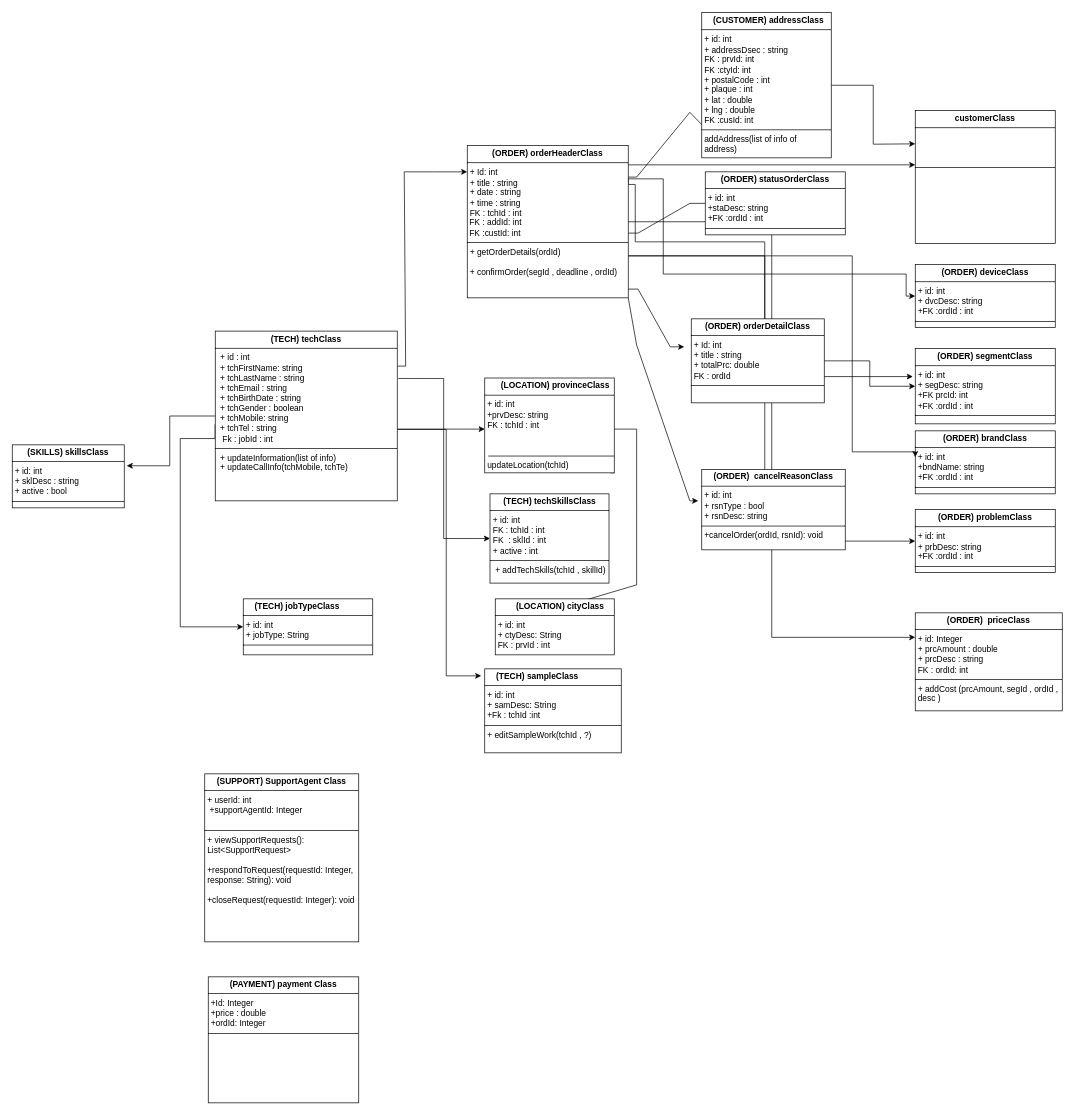
Earlier version of the draw.io diagram tech.drawio (reyhanehSP/pwaTech). Source tidied: cells renumbered, new cells numbered last; positions are measured from the earlier drawing's top-left corner, leaving out a move shared by most shapes. Both pictures are drawn from the tidied source at 70%, with x=0, y=0 at pixel (12, 12).
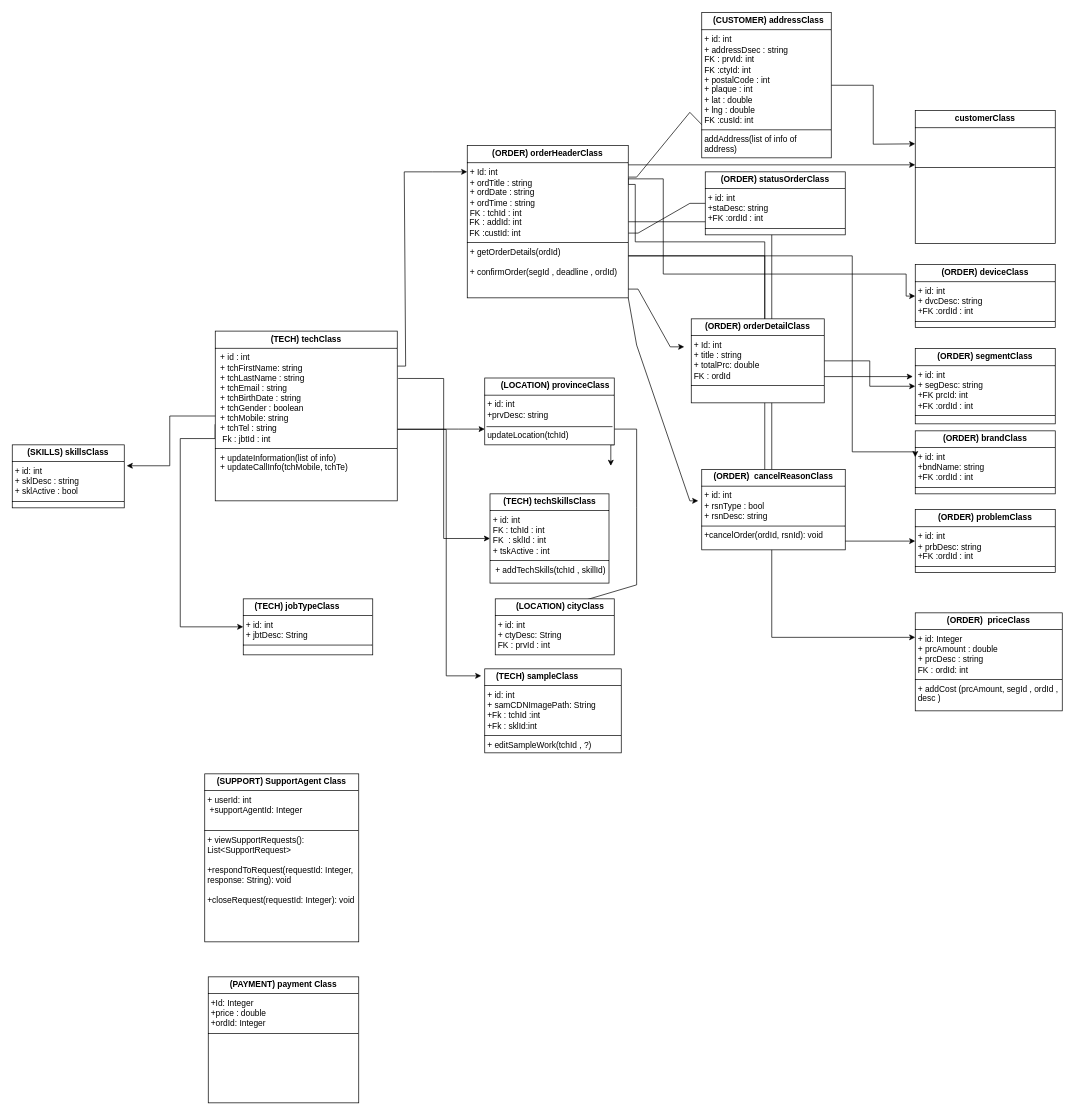
Above is the later version.

Change to the diagram source:
```diff
@@
-    <mxCell id="7" value="&lt;p style=&quot;margin:0px;margin-top:4px;text-align:center;&quot;&gt;&lt;b&gt;(TECH) techClass&lt;/b&gt;&lt;/p&gt;&lt;hr size=&quot;1&quot; style=&quot;border-style:solid;&quot;&gt;&lt;p style=&quot;margin:0px;margin-left:4px;&quot;&gt;&amp;nbsp;+ id : int&lt;br&gt;&amp;nbsp;+ tchFirstName: string&lt;/p&gt;&lt;p style=&quot;margin:0px;margin-left:4px;&quot;&gt;&amp;nbsp;+&amp;nbsp;&lt;span style=&quot;background-color: initial;&quot;&gt;tchL&lt;/span&gt;&lt;span style=&quot;background-color: initial;&quot;&gt;astName : string&lt;/span&gt;&lt;/p&gt;&lt;p style=&quot;margin:0px;margin-left:4px;&quot;&gt;&amp;nbsp;+&amp;nbsp;&lt;span style=&quot;background-color: initial;&quot;&gt;tchE&lt;/span&gt;&lt;span style=&quot;background-color: initial;&quot;&gt;mail : string&lt;/span&gt;&lt;/p&gt;&lt;p style=&quot;margin:0px;margin-left:4px;&quot;&gt;&amp;nbsp;+ tchBirthDate : string&lt;/p&gt;&lt;p style=&quot;margin:0px;margin-left:4px;&quot;&gt;&amp;nbsp;+ tchGender : boolean&lt;/p&gt;&lt;p style=&quot;margin:0px;margin-left:4px;&quot;&gt;&lt;span style=&quot;background-color: initial;&quot;&gt;&amp;nbsp;+ tchMobile: string&lt;/span&gt;&lt;/p&gt;&lt;p style=&quot;margin:0px;margin-left:4px;&quot;&gt;&amp;nbsp;+ tchTel : string&lt;/p&gt;&lt;p style=&quot;margin:0px;margin-left:4px;&quot;&gt;&amp;nbsp; Fk : jobId : int&lt;/p&gt;&lt;hr size=&quot;1&quot; style=&quot;border-style:solid;&quot;&gt;&lt;p style=&quot;margin:0px;margin-left:4px;&quot;&gt;&amp;nbsp;+ updateInformation(list of info)&lt;/p&gt;&lt;p style=&quot;margin:0px;margin-left:4px;&quot;&gt;&amp;nbsp;+ updateCallInfo(tchMobile, tchTe)&lt;br&gt;&amp;nbsp;&lt;br&gt;&amp;nbsp;&lt;br&gt;&amp;nbsp;&lt;br&gt;&lt;/p&gt;" style="verticalAlign=top;align=left;overflow=fill;html=1;whiteSpace=wrap;" parent="1" vertex="1">
+    <mxCell id="7" value="&lt;p style=&quot;margin:0px;margin-top:4px;text-align:center;&quot;&gt;&lt;b&gt;(TECH) techClass&lt;/b&gt;&lt;/p&gt;&lt;hr size=&quot;1&quot; style=&quot;border-style:solid;&quot;&gt;&lt;p style=&quot;margin:0px;margin-left:4px;&quot;&gt;&amp;nbsp;+ id : int&lt;br&gt;&amp;nbsp;+ tchFirstName: string&lt;/p&gt;&lt;p style=&quot;margin:0px;margin-left:4px;&quot;&gt;&amp;nbsp;+&amp;nbsp;&lt;span style=&quot;background-color: initial;&quot;&gt;tchL&lt;/span&gt;&lt;span style=&quot;background-color: initial;&quot;&gt;astName : string&lt;/span&gt;&lt;/p&gt;&lt;p style=&quot;margin:0px;margin-left:4px;&quot;&gt;&amp;nbsp;+&amp;nbsp;&lt;span style=&quot;background-color: initial;&quot;&gt;tchE&lt;/span&gt;&lt;span style=&quot;background-color: initial;&quot;&gt;mail : string&lt;/span&gt;&lt;/p&gt;&lt;p style=&quot;margin:0px;margin-left:4px;&quot;&gt;&amp;nbsp;+ tchBirthDate : string&lt;/p&gt;&lt;p style=&quot;margin:0px;margin-left:4px;&quot;&gt;&amp;nbsp;+ tchGender : boolean&lt;/p&gt;&lt;p style=&quot;margin:0px;margin-left:4px;&quot;&gt;&lt;span style=&quot;background-color: initial;&quot;&gt;&amp;nbsp;+ tchMobile: string&lt;/span&gt;&lt;/p&gt;&lt;p style=&quot;margin:0px;margin-left:4px;&quot;&gt;&amp;nbsp;+ tchTel : string&lt;/p&gt;&lt;p style=&quot;margin:0px;margin-left:4px;&quot;&gt;&amp;nbsp; Fk : jbtId : int&lt;/p&gt;&lt;hr size=&quot;1&quot; style=&quot;border-style:solid;&quot;&gt;&lt;p style=&quot;margin:0px;margin-left:4px;&quot;&gt;&amp;nbsp;+ updateInformation(list of info)&lt;/p&gt;&lt;p style=&quot;margin:0px;margin-left:4px;&quot;&gt;&amp;nbsp;+ updateCallInfo(tchMobile, tchTe)&lt;br&gt;&amp;nbsp;&lt;br&gt;&amp;nbsp;&lt;br&gt;&amp;nbsp;&lt;br&gt;&lt;/p&gt;" style="verticalAlign=top;align=left;overflow=fill;html=1;whiteSpace=wrap;" parent="1" vertex="1">
       <mxGeometry x="290" y="455.5" width="260" height="242.5" as="geometry" />
     </mxCell>
-    <mxCell id="8" value="&lt;p style=&quot;margin:0px;margin-top:4px;text-align:center;&quot;&gt;&lt;b style=&quot;background-color: initial;&quot;&gt;(&lt;/b&gt;&lt;b&gt;TECH&lt;/b&gt;&lt;b style=&quot;background-color: initial;&quot;&gt;) tech&lt;/b&gt;&lt;b&gt;&lt;span style=&quot;background-color: initial; text-align: left;&quot;&gt;SkillsC&lt;/span&gt;lass&lt;/b&gt;&lt;/p&gt;&lt;hr size=&quot;1&quot; style=&quot;border-style:solid;&quot;&gt;&lt;p style=&quot;margin:0px;margin-left:4px;&quot;&gt;+ id: int&lt;/p&gt;&lt;p style=&quot;margin:0px;margin-left:4px;&quot;&gt;FK : tchId : int&lt;/p&gt;&lt;p style=&quot;margin:0px;margin-left:4px;&quot;&gt;FK&amp;nbsp; : sklId : int&lt;/p&gt;&lt;p style=&quot;margin:0px;margin-left:4px;&quot;&gt;+ active : int&lt;/p&gt;&lt;hr size=&quot;1&quot; style=&quot;border-style:solid;&quot;&gt;&lt;p style=&quot;margin:0px;margin-left:4px;&quot;&gt;&amp;nbsp;+ addTech&lt;span style=&quot;background-color: initial;&quot;&gt;Skills(tchId , skillId)&lt;/span&gt;&lt;/p&gt;" style="verticalAlign=top;align=left;overflow=fill;html=1;whiteSpace=wrap;" parent="1" vertex="1">
+    <mxCell id="8" value="&lt;p style=&quot;margin:0px;margin-top:4px;text-align:center;&quot;&gt;&lt;b style=&quot;background-color: initial;&quot;&gt;(&lt;/b&gt;&lt;b&gt;TECH&lt;/b&gt;&lt;b style=&quot;background-color: initial;&quot;&gt;) tech&lt;/b&gt;&lt;b&gt;&lt;span style=&quot;background-color: initial; text-align: left;&quot;&gt;SkillsC&lt;/span&gt;lass&lt;/b&gt;&lt;/p&gt;&lt;hr size=&quot;1&quot; style=&quot;border-style:solid;&quot;&gt;&lt;p style=&quot;margin:0px;margin-left:4px;&quot;&gt;+ id: int&lt;/p&gt;&lt;p style=&quot;margin:0px;margin-left:4px;&quot;&gt;FK : tchId : int&lt;/p&gt;&lt;p style=&quot;margin:0px;margin-left:4px;&quot;&gt;FK&amp;nbsp; : sklId : int&lt;/p&gt;&lt;p style=&quot;margin:0px;margin-left:4px;&quot;&gt;+ tskActive : int&lt;/p&gt;&lt;hr size=&quot;1&quot; style=&quot;border-style:solid;&quot;&gt;&lt;p style=&quot;margin:0px;margin-left:4px;&quot;&gt;&amp;nbsp;+ addTech&lt;span style=&quot;background-color: initial;&quot;&gt;Skills(tchId , skillId)&lt;/span&gt;&lt;/p&gt;" style="verticalAlign=top;align=left;overflow=fill;html=1;whiteSpace=wrap;" parent="1" vertex="1">
       <mxGeometry x="682.5" y="688" width="170" height="127.5" as="geometry" />
     </mxCell>
@@
-    <mxCell id="14" value="&lt;p style=&quot;margin:0px;margin-top:4px;text-align:center;&quot;&gt;&lt;b&gt;(ORDER)&amp;nbsp;&lt;/b&gt;&lt;b style=&quot;background-color: initial;&quot;&gt;orderHeaderClass&lt;/b&gt;&lt;/p&gt;&lt;hr size=&quot;1&quot; style=&quot;border-style:solid;&quot;&gt;&lt;p style=&quot;margin:0px;margin-left:4px;&quot;&gt;+ Id: int&lt;/p&gt;&lt;p style=&quot;margin:0px;margin-left:4px;&quot;&gt;+ title : string&lt;/p&gt;&lt;p style=&quot;margin:0px;margin-left:4px;&quot;&gt;+ date : string&lt;br&gt;+ time : string&lt;br&gt;&lt;/p&gt;&lt;p style=&quot;margin:0px;margin-left:4px;&quot;&gt;&lt;span style=&quot;background-color: initial;&quot;&gt;FK : tchId : int&lt;/span&gt;&lt;/p&gt;&amp;nbsp;FK : addId: int&lt;div&gt;&amp;nbsp;FK :custId: int&lt;br&gt;&lt;hr size=&quot;1&quot; style=&quot;border-style:solid;&quot;&gt;&lt;p style=&quot;margin:0px;margin-left:4px;&quot;&gt;+ getOrderDetails(ordId)&lt;/p&gt;&lt;p style=&quot;margin:0px;margin-left:4px;&quot;&gt;&lt;br&gt;+ confirmOrder(segId , deadline , ordId)&lt;/p&gt;&lt;p style=&quot;margin:0px;margin-left:4px;&quot;&gt;&lt;br&gt;&lt;/p&gt;&lt;p style=&quot;margin:0px;margin-left:4px;&quot;&gt;&lt;br&gt;&lt;/p&gt;&lt;p style=&quot;margin:0px;margin-left:4px;&quot;&gt;&amp;nbsp;&lt;/p&gt;&lt;p style=&quot;margin:0px;margin-left:4px;&quot;&gt;&lt;br&gt;&lt;br&gt;&lt;/p&gt;&lt;/div&gt;" style="verticalAlign=top;align=left;overflow=fill;html=1;whiteSpace=wrap;" parent="1" vertex="1">
+    <mxCell id="14" value="&lt;p style=&quot;margin:0px;margin-top:4px;text-align:center;&quot;&gt;&lt;b&gt;(ORDER)&amp;nbsp;&lt;/b&gt;&lt;b style=&quot;background-color: initial;&quot;&gt;orderHeaderClass&lt;/b&gt;&lt;/p&gt;&lt;hr size=&quot;1&quot; style=&quot;border-style:solid;&quot;&gt;&lt;p style=&quot;margin:0px;margin-left:4px;&quot;&gt;+ Id: int&lt;/p&gt;&lt;p style=&quot;margin:0px;margin-left:4px;&quot;&gt;+ ordTitle : string&lt;/p&gt;&lt;p style=&quot;margin:0px;margin-left:4px;&quot;&gt;+ ordDate : string&lt;br&gt;+ ordTime : string&lt;br&gt;&lt;/p&gt;&lt;p style=&quot;margin:0px;margin-left:4px;&quot;&gt;&lt;span style=&quot;background-color: initial;&quot;&gt;FK : tchId : int&lt;/span&gt;&lt;/p&gt;&amp;nbsp;FK : addId: int&lt;div&gt;&amp;nbsp;FK :custId: int&lt;br&gt;&lt;hr size=&quot;1&quot; style=&quot;border-style:solid;&quot;&gt;&lt;p style=&quot;margin:0px;margin-left:4px;&quot;&gt;+ getOrderDetails(ordId)&lt;/p&gt;&lt;p style=&quot;margin:0px;margin-left:4px;&quot;&gt;&lt;br&gt;+ confirmOrder(segId , deadline , ordId)&lt;/p&gt;&lt;p style=&quot;margin:0px;margin-left:4px;&quot;&gt;&lt;br&gt;&lt;/p&gt;&lt;p style=&quot;margin:0px;margin-left:4px;&quot;&gt;&lt;br&gt;&lt;/p&gt;&lt;p style=&quot;margin:0px;margin-left:4px;&quot;&gt;&amp;nbsp;&lt;/p&gt;&lt;p style=&quot;margin:0px;margin-left:4px;&quot;&gt;&lt;br&gt;&lt;br&gt;&lt;/p&gt;&lt;/div&gt;" style="verticalAlign=top;align=left;overflow=fill;html=1;whiteSpace=wrap;" parent="1" vertex="1">
       <mxGeometry x="650" y="190.5" width="230" height="217.5" as="geometry" />
     </mxCell>
@@
-    <mxCell id="23" value="&lt;p style=&quot;text-align: left; margin: 4px 0px 0px;&quot;&gt;&lt;b style=&quot;background-color: initial;&quot;&gt;&amp;nbsp; &amp;nbsp; &amp;nbsp; &amp;nbsp;(&lt;/b&gt;&lt;b style=&quot;background-color: initial;&quot;&gt;LOCATION&lt;/b&gt;&lt;b style=&quot;background-color: initial;&quot;&gt;) p&lt;/b&gt;&lt;span style=&quot;background-color: initial;&quot;&gt;&lt;b&gt;rovinceC&lt;/b&gt;&lt;/span&gt;&lt;b&gt;lass&lt;/b&gt;&lt;/p&gt;&lt;hr size=&quot;1&quot; style=&quot;border-style:solid;&quot;&gt;&lt;p style=&quot;margin:0px;margin-left:4px;&quot;&gt;+ id: int&lt;/p&gt;&lt;p style=&quot;margin:0px;margin-left:4px;&quot;&gt;+prvDesc: string&lt;br&gt;FK : tchId : int&lt;/p&gt;&lt;p style=&quot;margin:0px;margin-left:4px;&quot;&gt;&lt;br&gt;&lt;/p&gt;&lt;p style=&quot;margin:0px;margin-left:4px;&quot;&gt;&lt;br&gt;&lt;/p&gt;&lt;p style=&quot;margin:0px;margin-left:4px;&quot;&gt;&lt;br&gt;&lt;/p&gt;&lt;p style=&quot;margin:0px;margin-left:4px;&quot;&gt;updateLocation(tchId)&lt;br&gt;&lt;/p&gt;" style="verticalAlign=top;align=left;overflow=fill;html=1;whiteSpace=wrap;" parent="1" vertex="1">
-      <mxGeometry x="675" y="522.5" width="185" height="135.5" as="geometry" />
+    <mxCell id="23" value="&lt;p style=&quot;text-align: left; margin: 4px 0px 0px;&quot;&gt;&lt;b style=&quot;background-color: initial;&quot;&gt;&amp;nbsp; &amp;nbsp; &amp;nbsp; &amp;nbsp;(&lt;/b&gt;&lt;b style=&quot;background-color: initial;&quot;&gt;LOCATION&lt;/b&gt;&lt;b style=&quot;background-color: initial;&quot;&gt;) p&lt;/b&gt;&lt;span style=&quot;background-color: initial;&quot;&gt;&lt;b&gt;rovinceC&lt;/b&gt;&lt;/span&gt;&lt;b&gt;lass&lt;/b&gt;&lt;/p&gt;&lt;hr size=&quot;1&quot; style=&quot;border-style:solid;&quot;&gt;&lt;p style=&quot;margin:0px;margin-left:4px;&quot;&gt;+ id: int&lt;/p&gt;&lt;p style=&quot;margin:0px;margin-left:4px;&quot;&gt;+prvDesc: string&lt;br&gt;&lt;br&gt;&lt;/p&gt;&lt;p style=&quot;margin:0px;margin-left:4px;&quot;&gt;updateLocation(tchId)&lt;br&gt;&lt;/p&gt;" style="verticalAlign=top;align=left;overflow=fill;html=1;whiteSpace=wrap;" parent="1" vertex="1">
+      <mxGeometry x="675" y="522.5" width="185" height="95.5" as="geometry" />
     </mxCell>
@@
-    <mxCell id="25" value="&lt;p style=&quot;text-align: left; margin: 4px 0px 0px;&quot;&gt;&lt;b style=&quot;background-color: initial;&quot;&gt;&amp;nbsp; &amp;nbsp; &amp;nbsp;(&lt;/b&gt;&lt;b style=&quot;text-align: center;&quot;&gt;TECH&lt;/b&gt;&lt;b style=&quot;background-color: initial;&quot;&gt;)&amp;nbsp;&lt;/b&gt;&lt;span style=&quot;background-color: initial;&quot;&gt;&lt;b&gt;sampleClass&lt;/b&gt;&lt;/span&gt;&lt;/p&gt;&lt;hr size=&quot;1&quot; style=&quot;border-style:solid;&quot;&gt;&lt;p style=&quot;margin:0px;margin-left:4px;&quot;&gt;+ id: int&lt;/p&gt;&lt;p style=&quot;margin:0px;margin-left:4px;&quot;&gt;+ sam&lt;span style=&quot;background-color: initial;&quot;&gt;Desc: String&lt;/span&gt;&lt;/p&gt;&lt;p style=&quot;margin:0px;margin-left:4px;&quot;&gt;&lt;span style=&quot;background-color: initial;&quot;&gt;+Fk : tchId :int&lt;/span&gt;&lt;/p&gt;&lt;hr size=&quot;1&quot; style=&quot;border-style:solid;&quot;&gt;&lt;p style=&quot;margin:0px;margin-left:4px;&quot;&gt;+ editSampleWork(tchId , ?)&lt;br&gt;&lt;/p&gt;" style="verticalAlign=top;align=left;overflow=fill;html=1;whiteSpace=wrap;" parent="1" vertex="1">
+    <mxCell id="25" value="&lt;p style=&quot;text-align: left; margin: 4px 0px 0px;&quot;&gt;&lt;b style=&quot;background-color: initial;&quot;&gt;&amp;nbsp; &amp;nbsp; &amp;nbsp;(&lt;/b&gt;&lt;b style=&quot;text-align: center;&quot;&gt;TECH&lt;/b&gt;&lt;b style=&quot;background-color: initial;&quot;&gt;)&amp;nbsp;&lt;/b&gt;&lt;span style=&quot;background-color: initial;&quot;&gt;&lt;b&gt;sampleClass&lt;/b&gt;&lt;/span&gt;&lt;/p&gt;&lt;hr size=&quot;1&quot; style=&quot;border-style:solid;&quot;&gt;&lt;p style=&quot;margin:0px;margin-left:4px;&quot;&gt;+ id: int&lt;/p&gt;&lt;p style=&quot;margin:0px;margin-left:4px;&quot;&gt;+ samCDNImagePath&lt;span style=&quot;background-color: initial;&quot;&gt;: String&lt;/span&gt;&lt;/p&gt;&lt;p style=&quot;margin:0px;margin-left:4px;&quot;&gt;&lt;span style=&quot;background-color: initial;&quot;&gt;+Fk : tchId :int&lt;/span&gt;&lt;/p&gt;&lt;p style=&quot;margin:0px;margin-left:4px;&quot;&gt;&lt;span style=&quot;background-color: initial;&quot;&gt;+Fk : sklId:int&lt;/span&gt;&lt;/p&gt;&lt;hr size=&quot;1&quot; style=&quot;border-style:solid;&quot;&gt;&lt;p style=&quot;margin:0px;margin-left:4px;&quot;&gt;+ editSampleWork(tchId , ?)&lt;br&gt;&lt;/p&gt;" style="verticalAlign=top;align=left;overflow=fill;html=1;whiteSpace=wrap;" parent="1" vertex="1">
       <mxGeometry x="675" y="938" width="195" height="120" as="geometry" />
     </mxCell>
@@
-    <mxCell id="40" value="&lt;p style=&quot;text-align: left; margin: 4px 0px 0px;&quot;&gt;&lt;b style=&quot;background-color: initial;&quot;&gt;&amp;nbsp; &amp;nbsp; &amp;nbsp;(&lt;/b&gt;&lt;b style=&quot;text-align: center;&quot;&gt;TECH&lt;/b&gt;&lt;b style=&quot;background-color: initial;&quot;&gt;) jobTypeClass&lt;/b&gt;&lt;/p&gt;&lt;hr size=&quot;1&quot; style=&quot;border-style:solid;&quot;&gt;&lt;p style=&quot;margin:0px;margin-left:4px;&quot;&gt;+ id: int&lt;/p&gt;&lt;p style=&quot;margin:0px;margin-left:4px;&quot;&gt;+ jobType&lt;span style=&quot;background-color: initial;&quot;&gt;: String&lt;/span&gt;&lt;/p&gt;&lt;hr size=&quot;1&quot; style=&quot;border-style:solid;&quot;&gt;&lt;p style=&quot;margin:0px;margin-left:4px;&quot;&gt;&lt;br&gt;&lt;/p&gt;" style="verticalAlign=top;align=left;overflow=fill;html=1;whiteSpace=wrap;" parent="1" vertex="1">
+    <mxCell id="40" value="&lt;p style=&quot;text-align: left; margin: 4px 0px 0px;&quot;&gt;&lt;b style=&quot;background-color: initial;&quot;&gt;&amp;nbsp; &amp;nbsp; &amp;nbsp;(&lt;/b&gt;&lt;b style=&quot;text-align: center;&quot;&gt;TECH&lt;/b&gt;&lt;b style=&quot;background-color: initial;&quot;&gt;) jobTypeClass&lt;/b&gt;&lt;/p&gt;&lt;hr size=&quot;1&quot; style=&quot;border-style:solid;&quot;&gt;&lt;p style=&quot;margin:0px;margin-left:4px;&quot;&gt;+ id: int&lt;/p&gt;&lt;p style=&quot;margin:0px;margin-left:4px;&quot;&gt;+ jbtDesc&lt;span style=&quot;background-color: initial;&quot;&gt;: String&lt;/span&gt;&lt;/p&gt;&lt;hr size=&quot;1&quot; style=&quot;border-style:solid;&quot;&gt;&lt;p style=&quot;margin:0px;margin-left:4px;&quot;&gt;&lt;br&gt;&lt;/p&gt;" style="verticalAlign=top;align=left;overflow=fill;html=1;whiteSpace=wrap;" parent="1" vertex="1">
       <mxGeometry x="330" y="838" width="185" height="80" as="geometry" />
     </mxCell>
     <mxCell id="41" style="line;strokeWidth=1;fillColor=none;align=left;verticalAlign=middle;spacingTop=-1;spacingLeft=3;spacingRight=3;labelPosition=right;strokeColor=inherit;" parent="1" vertex="1">
-      <mxGeometry x="680" y="630" width="180" height="8" as="geometry" />
+      <mxGeometry x="677.5" y="588" width="180" height="8" as="geometry" />
     </mxCell>
-    <mxCell id="42" value="&lt;p style=&quot;margin:0px;margin-top:4px;text-align:center;&quot;&gt;&lt;b style=&quot;background-color: initial;&quot;&gt;(SKILLS&lt;/b&gt;&lt;b style=&quot;background-color: initial;&quot;&gt;) s&lt;/b&gt;&lt;b&gt;&lt;span style=&quot;background-color: initial; text-align: left;&quot;&gt;killsC&lt;/span&gt;lass&lt;/b&gt;&lt;/p&gt;&lt;hr size=&quot;1&quot; style=&quot;border-style:solid;&quot;&gt;&lt;p style=&quot;margin:0px;margin-left:4px;&quot;&gt;+ id: int&lt;br&gt;+ sklDesc : string&lt;/p&gt;&lt;p style=&quot;margin:0px;margin-left:4px;&quot;&gt;+ active : bool&lt;/p&gt;&lt;hr size=&quot;1&quot; style=&quot;border-style:solid;&quot;&gt;&lt;p style=&quot;margin:0px;margin-left:4px;&quot;&gt;&lt;br&gt;&lt;/p&gt;" style="verticalAlign=top;align=left;overflow=fill;html=1;whiteSpace=wrap;" parent="1" vertex="1">
+    <mxCell id="42" value="&lt;p style=&quot;margin:0px;margin-top:4px;text-align:center;&quot;&gt;&lt;b style=&quot;background-color: initial;&quot;&gt;(SKILLS&lt;/b&gt;&lt;b style=&quot;background-color: initial;&quot;&gt;) s&lt;/b&gt;&lt;b&gt;&lt;span style=&quot;background-color: initial; text-align: left;&quot;&gt;killsC&lt;/span&gt;lass&lt;/b&gt;&lt;/p&gt;&lt;hr size=&quot;1&quot; style=&quot;border-style:solid;&quot;&gt;&lt;p style=&quot;margin:0px;margin-left:4px;&quot;&gt;+ id: int&lt;br&gt;+ sklDesc : string&lt;/p&gt;&lt;p style=&quot;margin:0px;margin-left:4px;&quot;&gt;+ sklActive : bool&lt;/p&gt;&lt;hr size=&quot;1&quot; style=&quot;border-style:solid;&quot;&gt;&lt;p style=&quot;margin:0px;margin-left:4px;&quot;&gt;&lt;br&gt;&lt;/p&gt;" style="verticalAlign=top;align=left;overflow=fill;html=1;whiteSpace=wrap;" parent="1" vertex="1">
       <mxGeometry y="618" width="160" height="90" as="geometry" />
     </mxCell>
```
